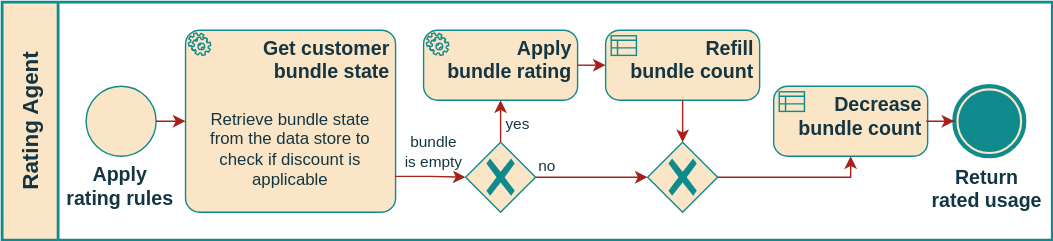
This is src/USE-CASES/UC-04/bpmn.svg from distributed-it-for-telco/distributed-rating-doc, a draw.io export, as it was before one commit. Source tidied: cells renumbered, new cells last; positions are measured from the earlier drawing's top-left corner, leaving out a move shared by most shapes.
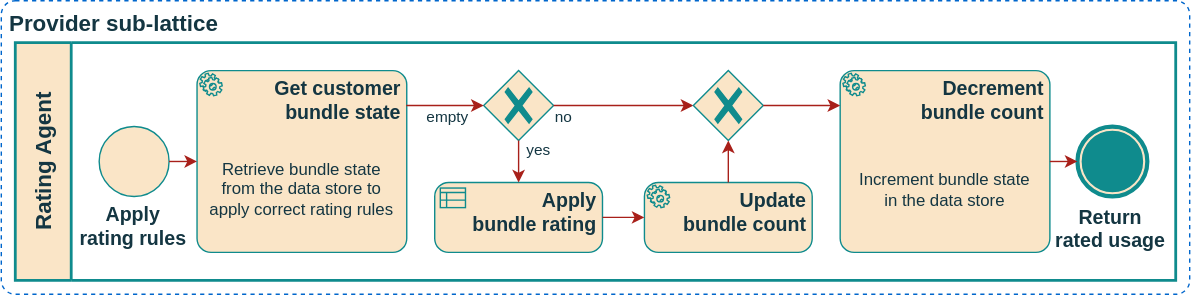
After the commit.

Diff of the diagram source:
```diff
@@ -2,30 +2,36 @@
   <root>
     <mxCell id="0" />
     <mxCell id="1" parent="0" />
+    <mxCell id="23" value="Provider sub-lattice" style="rounded=1;whiteSpace=wrap;html=1;strokeColor=#0066CC;fontColor=#143642;fillColor=default;dashed=1;absoluteArcSize=1;strokeWidth=1;fontStyle=1;align=left;verticalAlign=top;fontSize=16;spacingLeft=4;labelBackgroundColor=none;" parent="1" vertex="1">
+      <mxGeometry x="-10" y="-30" width="850" height="210" as="geometry" />
+    </mxCell>
     <mxCell id="2" value="Rating Agent" style="swimlane;html=1;startSize=40;fontStyle=1;horizontal=0;swimlaneLine=1;swimlaneFillColor=#ffffff;strokeWidth=2;whiteSpace=wrap;fillColor=#FAE5C7;strokeColor=#0F8B8D;fontSize=16;fontColor=#143642;labelBackgroundColor=none;" parent="1" vertex="1">
-      <mxGeometry width="750" height="170" as="geometry" />
+      <mxGeometry width="830" height="170" as="geometry" />
     </mxCell>
     <mxCell id="3" value="Get customer&lt;br&gt;bundle&amp;nbsp;state" style="points=[[0.25,0,0],[0.5,0,0],[0.75,0,0],[1,0.25,0],[1,0.5,0],[1,0.75,0],[0.75,1,0],[0.5,1,0],[0.25,1,0],[0,0.75,0],[0,0.5,0],[0,0.25,0]];shape=mxgraph.bpmn.task;whiteSpace=wrap;rectStyle=rounded;size=10;html=1;taskMarker=service;strokeColor=#0F8B8D;align=right;verticalAlign=top;spacingRight=2;spacingTop=-2;spacing=2;fontFamily=Helvetica;fontSize=14;fontColor=#143642;fillColor=#FAE5C7;fontStyle=1;labelBackgroundColor=none;bpmnShapeType=task;" parent="2" vertex="1">
-      <mxGeometry x="131" y="20" width="150" height="130" as="geometry" />
+      <mxGeometry x="130" y="20" width="150" height="130" as="geometry" />
     </mxCell>
-    <mxCell id="4" value="Retrieve&amp;nbsp;bundle&amp;nbsp;state&lt;br&gt;from the data store to&lt;br&gt;check if discount is applicable" style="text;align=center;verticalAlign=middle;strokeColor=none;fillColor=none;fontColor=#143642;labelPosition=center;verticalLabelPosition=middle;overflow=width;comic=0;html=1;whiteSpace=wrap;spacing=2;spacingLeft=0;perimeterSpacing=1;fixedWidth=1;backgroundOutline=0;enumerate=0;fixDash=0;labelPadding=0;noLabel=0;shadow=0;spacingBottom=0;labelBackgroundColor=none;" parent="3" vertex="1">
+    <mxCell id="4" value="Retrieve&amp;nbsp;bundle&amp;nbsp;state&lt;br&gt;from the data store to&lt;br&gt;apply correct rating rules" style="text;align=center;verticalAlign=middle;strokeColor=none;fillColor=none;fontColor=#143642;labelPosition=center;verticalLabelPosition=middle;overflow=width;comic=0;html=1;whiteSpace=wrap;spacing=2;spacingLeft=0;perimeterSpacing=1;fixedWidth=1;backgroundOutline=0;enumerate=0;fixDash=0;labelPadding=0;noLabel=0;shadow=0;spacingBottom=0;labelBackgroundColor=none;" parent="3" vertex="1">
       <mxGeometry y="40" width="150" height="90" as="geometry" />
     </mxCell>
-    <mxCell id="5" value="Apply&lt;br style=&quot;border-color: var(--border-color);&quot;&gt;bundle&amp;nbsp;rating" style="points=[[0.25,0,0],[0.5,0,0],[0.75,0,0],[1,0.25,0],[1,0.5,0],[1,0.75,0],[0.75,1,0],[0.5,1,0],[0.25,1,0],[0,0.75,0],[0,0.5,0],[0,0.25,0]];shape=mxgraph.bpmn.task;whiteSpace=wrap;rectStyle=rounded;size=10;html=1;taskMarker=service;strokeColor=#0F8B8D;align=right;verticalAlign=top;spacingRight=2;spacingTop=-2;spacing=2;fontFamily=Helvetica;fontSize=14;fontColor=#143642;fillColor=#FAE5C7;fontStyle=1;labelBackgroundColor=none;bpmnShapeType=task;" parent="2" vertex="1">
-      <mxGeometry x="301" y="20" width="110" height="50" as="geometry" />
+    <mxCell id="5" value="Apply&lt;br style=&quot;border-color: var(--border-color);&quot;&gt;bundle&amp;nbsp;rating" style="points=[[0.25,0,0],[0.5,0,0],[0.75,0,0],[1,0.25,0],[1,0.5,0],[1,0.75,0],[0.75,1,0],[0.5,1,0],[0.25,1,0],[0,0.75,0],[0,0.5,0],[0,0.25,0]];shape=mxgraph.bpmn.task;whiteSpace=wrap;rectStyle=rounded;size=10;html=1;taskMarker=businessRule;strokeColor=#0F8B8D;align=right;verticalAlign=top;spacingRight=2;spacingTop=-2;spacing=2;fontFamily=Helvetica;fontSize=14;fontColor=#143642;fillColor=#FAE5C7;fontStyle=1;labelBackgroundColor=none;bpmnShapeType=task;" parent="2" vertex="1">
+      <mxGeometry x="300" y="100" width="120" height="50" as="geometry" />
     </mxCell>
     <mxCell id="6" style="points=[[0.25,0.25,0],[0.5,0,0],[0.75,0.25,0],[1,0.5,0],[0.75,0.75,0],[0.5,1,0],[0.25,0.75,0],[0,0.5,0]];shape=mxgraph.bpmn.gateway2;html=1;verticalLabelPosition=bottom;labelBackgroundColor=none;verticalAlign=top;align=center;perimeter=rhombusPerimeter;outlineConnect=0;outline=none;symbol=none;gwType=exclusive;strokeColor=#0F8B8D;fontColor=#143642;fillColor=#FAE5C7;" parent="2" vertex="1">
-      <mxGeometry x="331" y="100" width="50" height="50" as="geometry" />
+      <mxGeometry x="335" y="20" width="50" height="50" as="geometry" />
     </mxCell>
-    <mxCell id="7" value="Decrease&lt;br style=&quot;border-color: var(--border-color);&quot;&gt;bundle&amp;nbsp;count" style="points=[[0.25,0,0],[0.5,0,0],[0.75,0,0],[1,0.25,0],[1,0.5,0],[1,0.75,0],[0.75,1,0],[0.5,1,0],[0.25,1,0],[0,0.75,0],[0,0.5,0],[0,0.25,0]];shape=mxgraph.bpmn.task;whiteSpace=wrap;rectStyle=rounded;size=10;html=1;taskMarker=businessRule;strokeColor=#0F8B8D;align=right;verticalAlign=top;spacingRight=2;spacingTop=-2;spacing=2;fontFamily=Helvetica;fontSize=14;fontColor=#143642;fillColor=#FAE5C7;fontStyle=1;labelBackgroundColor=none;bpmnShapeType=task;" parent="2" vertex="1">
-      <mxGeometry x="551" y="60" width="110" height="50" as="geometry" />
+    <mxCell id="7" value="Decrement&lt;br style=&quot;border-color: var(--border-color);&quot;&gt;bundle&amp;nbsp;count" style="points=[[0.25,0,0],[0.5,0,0],[0.75,0,0],[1,0.25,0],[1,0.5,0],[1,0.75,0],[0.75,1,0],[0.5,1,0],[0.25,1,0],[0,0.75,0],[0,0.5,0],[0,0.25,0]];shape=mxgraph.bpmn.task;whiteSpace=wrap;rectStyle=rounded;size=10;html=1;taskMarker=service;strokeColor=#0F8B8D;align=right;verticalAlign=top;spacingRight=2;spacingTop=-2;spacing=2;fontFamily=Helvetica;fontSize=14;fontColor=#143642;fillColor=#FAE5C7;fontStyle=1;labelBackgroundColor=none;bpmnShapeType=task;" parent="2" vertex="1">
+      <mxGeometry x="590" y="20" width="150" height="130" as="geometry" />
     </mxCell>
+    <mxCell id="24" value="Increment bundle state&lt;br&gt;in the data store" style="text;align=center;verticalAlign=middle;strokeColor=none;fillColor=none;fontColor=#143642;labelPosition=center;verticalLabelPosition=middle;overflow=width;comic=0;html=1;whiteSpace=wrap;spacing=2;spacingLeft=0;perimeterSpacing=1;fixedWidth=1;backgroundOutline=0;enumerate=0;fixDash=0;labelPadding=0;noLabel=0;shadow=0;spacingBottom=0;labelBackgroundColor=none;" parent="7" vertex="1">
+      <mxGeometry y="40" width="150" height="90" as="geometry" />
+    </mxCell>
-    <mxCell id="8" style="rounded=0;jettySize=auto;html=1;strokeColor=#A8201A;fontColor=default;fillColor=#FAE5C7;exitX=0.5;exitY=0;exitDx=0;exitDy=0;exitPerimeter=0;entryX=0.5;entryY=1;entryDx=0;entryDy=0;entryPerimeter=0;edgeStyle=orthogonalEdgeStyle;elbow=vertical;labelBackgroundColor=none;" parent="2" edge="1" source="6" target="5">
+    <mxCell id="8" style="rounded=0;jettySize=auto;html=1;strokeColor=#A8201A;fontColor=default;fillColor=#FAE5C7;exitX=0.5;exitY=1;exitDx=0;exitDy=0;exitPerimeter=0;entryX=0.5;entryY=0;entryDx=0;entryDy=0;entryPerimeter=0;edgeStyle=orthogonalEdgeStyle;elbow=vertical;labelBackgroundColor=none;" parent="2" edge="1" source="6" target="5">
       <mxGeometry relative="1" as="geometry" />
     </mxCell>
     <mxCell id="9" value="yes" style="edgeLabel;html=1;align=center;verticalAlign=middle;fontColor=#143642;" parent="8" vertex="1">
       <mxGeometry x="-0.04" y="1" relative="1" as="geometry">
-        <mxPoint x="12" as="offset" />
+        <mxPoint x="12" y="-8" as="offset" />
       </mxGeometry>
     </mxCell>
     <mxCell id="10" style="rounded=0;jettySize=auto;html=1;entryX=0;entryY=0.5;entryDx=0;entryDy=0;entryPerimeter=0;strokeColor=#A8201A;fontColor=default;fillColor=#FAE5C7;labelBackgroundColor=none;exitX=1;exitY=0.5;exitDx=0;exitDy=0;exitPerimeter=0;edgeStyle=orthogonalEdgeStyle;" parent="2" edge="1" source="6" target="19">
@@ -33,46 +39,47 @@
     </mxCell>
     <mxCell id="11" value="no" style="edgeLabel;html=1;align=center;verticalAlign=middle;fontColor=#143642;" parent="10" vertex="1">
       <mxGeometry x="-0.31" y="-1" relative="1" as="geometry">
-        <mxPoint x="-20" y="-10" as="offset" />
+        <mxPoint x="-28" y="6" as="offset" />
       </mxGeometry>
     </mxCell>
     <mxCell id="12" value="&lt;div style=&quot;&quot;&gt;Apply&lt;br&gt;rating rules&lt;/div&gt;" style="points=[[0.145,0.145,0],[0.5,0,0],[0.855,0.145,0],[1,0.5,0],[0.855,0.855,0],[0.5,1,0],[0.145,0.855,0],[0,0.5,0]];shape=mxgraph.bpmn.event;html=1;verticalLabelPosition=bottom;labelBackgroundColor=none;verticalAlign=top;align=center;perimeter=ellipsePerimeter;outlineConnect=0;outline=eventInt;symbol=general;strokeColor=#0F8B8D;spacingRight=2;spacingTop=-2;spacing=2;fontFamily=Helvetica;fontSize=14;fontColor=#143642;fillColor=#FAE5C7;fontStyle=1;" parent="2" vertex="1">
       <mxGeometry x="60" y="60" width="50" height="50" as="geometry" />
     </mxCell>
     <mxCell id="13" value="Return&lt;br&gt;rated usage" style="points=[[0.145,0.145,0],[0.5,0,0],[0.855,0.145,0],[1,0.5,0],[0.855,0.855,0],[0.5,1,0],[0.145,0.855,0],[0,0.5,0]];shape=mxgraph.bpmn.event;html=1;verticalLabelPosition=bottom;labelBackgroundColor=none;verticalAlign=top;align=center;perimeter=ellipsePerimeter;outlineConnect=0;outline=end;symbol=terminate;strokeColor=#0F8B8D;spacingRight=4;spacingTop=0;spacing=2;fontFamily=Helvetica;fontSize=14;fontColor=#143642;fillColor=#FAE5C7;fontStyle=1;labelPosition=center;spacingLeft=0;" parent="2" vertex="1">
-      <mxGeometry x="680" y="60" width="50" height="50" as="geometry" />
+      <mxGeometry x="759.7" y="60" width="50" height="50" as="geometry" />
     </mxCell>
-    <mxCell id="14" style="edgeStyle=orthogonalEdgeStyle;rounded=0;jettySize=auto;html=1;entryX=0;entryY=0.5;entryDx=0;entryDy=0;entryPerimeter=0;labelBackgroundColor=none;strokeColor=#A8201A;fontColor=default;" parent="2" edge="1" source="12" target="3">
-      <mxGeometry relative="1" as="geometry" />
+    <mxCell id="14" style="edgeStyle=orthogonalEdgeStyle;rounded=0;jettySize=auto;html=1;entryX=0;entryY=0.5;entryDx=0;entryDy=0;entryPerimeter=0;labelBackgroundColor=none;strokeColor=#A8201A;fontColor=default;exitX=1;exitY=0.5;exitDx=0;exitDy=0;exitPerimeter=0;" parent="2" edge="1" source="12" target="3">
+      <mxGeometry relative="1" as="geometry">
+        <Array as="points">
+          <mxPoint x="120" y="85" />
+          <mxPoint x="120" y="85" />
+        </Array>
+      </mxGeometry>
     </mxCell>
-    <mxCell id="15" style="edgeStyle=orthogonalEdgeStyle;rounded=0;jettySize=auto;html=1;entryX=0;entryY=0.5;entryDx=0;entryDy=0;entryPerimeter=0;strokeColor=#A8201A;fontColor=#143642;fillColor=#FAE5C7;exitX=0.998;exitY=0.803;exitDx=0;exitDy=0;exitPerimeter=0;" parent="2" edge="1" source="3" target="6">
+    <mxCell id="15" style="edgeStyle=orthogonalEdgeStyle;rounded=0;jettySize=auto;html=1;entryX=0;entryY=0.5;entryDx=0;entryDy=0;entryPerimeter=0;strokeColor=#A8201A;fontColor=#143642;fillColor=#FAE5C7;exitX=0.998;exitY=0.192;exitDx=0;exitDy=0;exitPerimeter=0;" parent="2" edge="1" source="3" target="6">
       <mxGeometry relative="1" as="geometry" />
     </mxCell>
-    <mxCell id="16" value="bundle &lt;br&gt;is empty" style="edgeLabel;html=1;align=center;verticalAlign=middle;fontColor=#143642;" parent="15" vertex="1">
+    <mxCell id="16" value="empty" style="edgeLabel;html=1;align=center;verticalAlign=middle;fontColor=#143642;" parent="15" vertex="1">
       <mxGeometry x="-0.1" relative="1" as="geometry">
-        <mxPoint x="4" y="-18" as="offset" />
+        <mxPoint x="4" y="8" as="offset" />
       </mxGeometry>
     </mxCell>
-    <mxCell id="17" value="Refill&lt;br style=&quot;border-color: var(--border-color);&quot;&gt;bundle&amp;nbsp;count" style="points=[[0.25,0,0],[0.5,0,0],[0.75,0,0],[1,0.25,0],[1,0.5,0],[1,0.75,0],[0.75,1,0],[0.5,1,0],[0.25,1,0],[0,0.75,0],[0,0.5,0],[0,0.25,0]];shape=mxgraph.bpmn.task;whiteSpace=wrap;rectStyle=rounded;size=10;html=1;taskMarker=businessRule;strokeColor=#0F8B8D;align=right;verticalAlign=top;spacingRight=2;spacingTop=-2;spacing=2;fontFamily=Helvetica;fontSize=14;fontColor=#143642;fillColor=#FAE5C7;fontStyle=1;labelBackgroundColor=none;bpmnShapeType=task;" parent="2" vertex="1">
-      <mxGeometry x="431" y="20" width="110" height="50" as="geometry" />
+    <mxCell id="17" value="Update&lt;br style=&quot;border-color: var(--border-color);&quot;&gt;bundle&amp;nbsp;count" style="points=[[0.25,0,0],[0.5,0,0],[0.75,0,0],[1,0.25,0],[1,0.5,0],[1,0.75,0],[0.75,1,0],[0.5,1,0],[0.25,1,0],[0,0.75,0],[0,0.5,0],[0,0.25,0]];shape=mxgraph.bpmn.task;whiteSpace=wrap;rectStyle=rounded;size=10;html=1;taskMarker=service;strokeColor=#0F8B8D;align=right;verticalAlign=top;spacingRight=2;spacingTop=-2;spacing=2;fontFamily=Helvetica;fontSize=14;fontColor=#143642;fillColor=#FAE5C7;fontStyle=1;labelBackgroundColor=none;bpmnShapeType=task;" parent="2" vertex="1">
+      <mxGeometry x="450" y="100" width="120" height="50" as="geometry" />
     </mxCell>
     <mxCell id="18" style="edgeStyle=orthogonalEdgeStyle;rounded=0;jettySize=auto;html=1;entryX=0;entryY=0.5;entryDx=0;entryDy=0;entryPerimeter=0;strokeColor=#A8201A;fontColor=default;fillColor=#FAE5C7;exitX=1;exitY=0.5;exitDx=0;exitDy=0;exitPerimeter=0;labelBackgroundColor=none;" parent="2" edge="1" source="5" target="17">
       <mxGeometry relative="1" as="geometry" />
     </mxCell>
     <mxCell id="19" style="points=[[0.25,0.25,0],[0.5,0,0],[0.75,0.25,0],[1,0.5,0],[0.75,0.75,0],[0.5,1,0],[0.25,0.75,0],[0,0.5,0]];shape=mxgraph.bpmn.gateway2;html=1;verticalLabelPosition=bottom;labelBackgroundColor=none;verticalAlign=top;align=center;perimeter=rhombusPerimeter;outlineConnect=0;outline=standard;symbol=general;gwType=exclusive;strokeColor=#0F8B8D;fontColor=#143642;fillColor=#FAE5C7;" parent="2" vertex="1">
-      <mxGeometry x="461" y="100" width="50" height="50" as="geometry" />
+      <mxGeometry x="485" y="20" width="50" height="50" as="geometry" />
     </mxCell>
-    <mxCell id="20" style="edgeStyle=orthogonalEdgeStyle;rounded=0;jettySize=auto;html=1;exitX=1;exitY=0.5;exitDx=0;exitDy=0;exitPerimeter=0;entryX=0.5;entryY=1;entryDx=0;entryDy=0;entryPerimeter=0;strokeColor=#A8201A;fontColor=#143642;fillColor=#FAE5C7;" parent="2" edge="1" source="19" target="7">
-      <mxGeometry relative="1" as="geometry">
-        <Array as="points">
-          <mxPoint x="606" y="125" />
-        </Array>
-      </mxGeometry>
+    <mxCell id="20" style="rounded=0;jettySize=auto;html=1;exitX=1;exitY=0.5;exitDx=0;exitDy=0;exitPerimeter=0;entryX=0;entryY=0.192;entryDx=0;entryDy=0;entryPerimeter=0;strokeColor=#A8201A;fontColor=#143642;fillColor=#FAE5C7;edgeStyle=orthogonalEdgeStyle;" parent="2" edge="1" source="19" target="7">
+      <mxGeometry relative="1" as="geometry" />
     </mxCell>
-    <mxCell id="21" style="edgeStyle=orthogonalEdgeStyle;rounded=0;jettySize=auto;html=1;entryX=0;entryY=0.5;entryDx=0;entryDy=0;entryPerimeter=0;strokeColor=#A8201A;fontColor=#143642;fillColor=#FAE5C7;" parent="2" edge="1" source="7" target="13">
+    <mxCell id="21" style="edgeStyle=orthogonalEdgeStyle;rounded=0;jettySize=auto;html=1;strokeColor=#A8201A;fontColor=#143642;fillColor=#FAE5C7;exitX=1;exitY=0.5;exitDx=0;exitDy=0;exitPerimeter=0;entryX=0;entryY=0.5;entryDx=0;entryDy=0;entryPerimeter=0;" parent="2" edge="1" source="7" target="13">
       <mxGeometry relative="1" as="geometry" />
     </mxCell>
-    <mxCell id="22" style="edgeStyle=orthogonalEdgeStyle;rounded=0;jettySize=auto;html=1;entryX=0.5;entryY=0;entryDx=0;entryDy=0;entryPerimeter=0;strokeColor=#A8201A;fontColor=#143642;fillColor=#FAE5C7;exitX=0.5;exitY=1;exitDx=0;exitDy=0;exitPerimeter=0;" parent="2" edge="1" source="17" target="19">
+    <mxCell id="22" style="edgeStyle=orthogonalEdgeStyle;rounded=0;jettySize=auto;html=1;entryX=0.5;entryY=1;entryDx=0;entryDy=0;entryPerimeter=0;strokeColor=#A8201A;fontColor=#143642;fillColor=#FAE5C7;exitX=0.5;exitY=0;exitDx=0;exitDy=0;exitPerimeter=0;" parent="2" edge="1" source="17" target="19">
       <mxGeometry relative="1" as="geometry" />
     </mxCell>
   </root>
```
